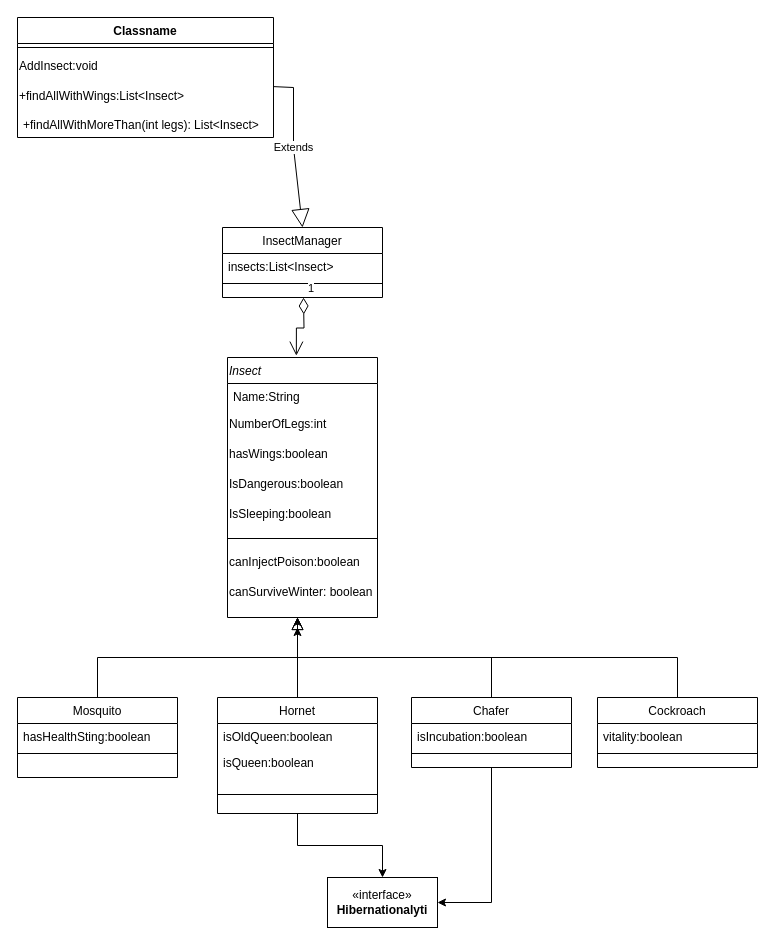
Earlier version of the draw.io diagram Insect-class.drawio (Danvace/Insect-Java). Source tidied: cells renumbered, new cells numbered last; positions are measured from the earlier drawing's top-left corner, leaving out a move shared by most shapes. Both pictures are drawn from the tidied source at 100%, with x=0, y=0 at pixel (17, 17).
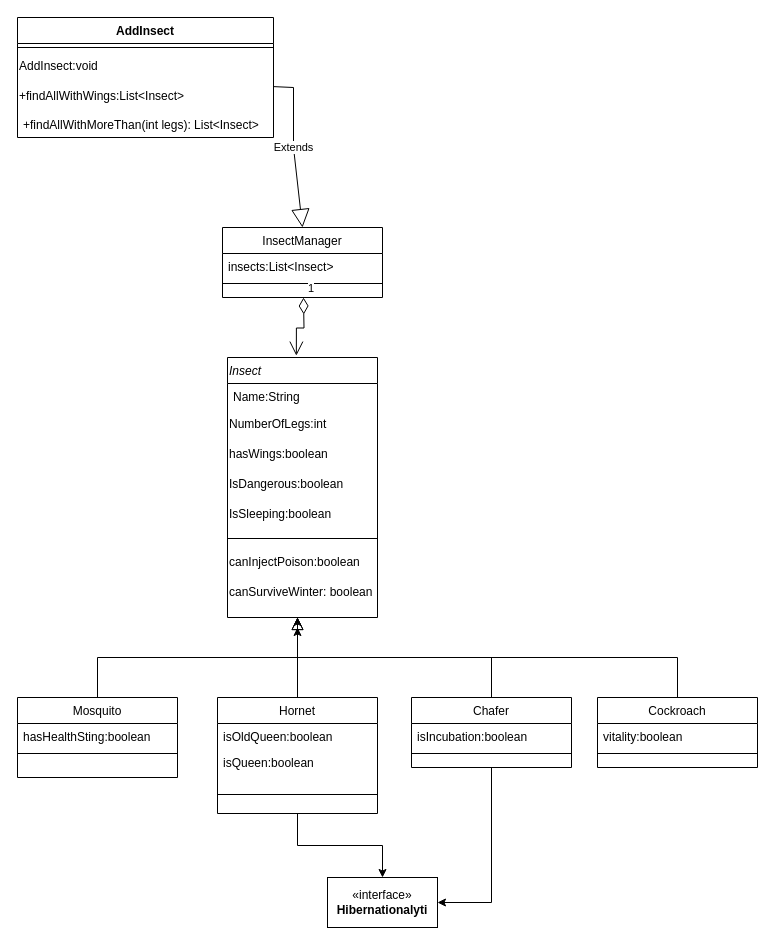
The same diagram, later.

Change to the diagram source:
```diff
@@
-    <mxCell id="35" value="Classname" style="swimlane;fontStyle=1;align=center;verticalAlign=top;horizontal=1;startSize=26;whiteSpace=wrap;html=1;" parent="1" vertex="1">
+    <mxCell id="35" value="AddInsect&lt;br&gt;" style="swimlane;fontStyle=1;align=center;verticalAlign=top;horizontal=1;startSize=26;whiteSpace=wrap;html=1;" parent="1" vertex="1">
       <mxGeometry width="256" height="120" as="geometry" />
     </mxCell>
```
